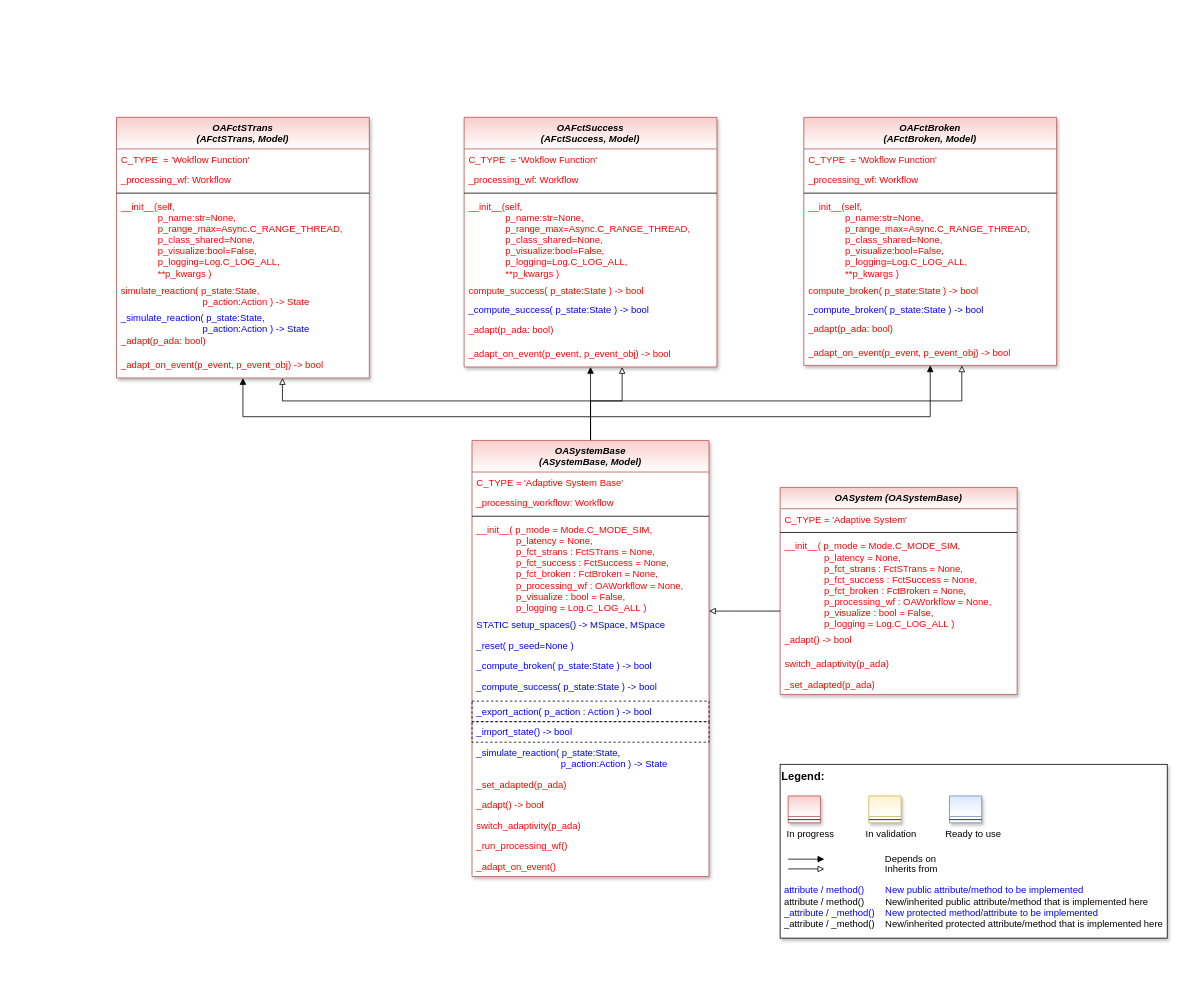
fhswf/MLPro keeps this draw.io diagram as doc/rtd/content/04_appendices/appendix2/sub/core/images/oa/MLPro-OA-Systems_OASystems.drawio. Above is the earlier version. Source tidied: cells renumbered, new cells numbered last; positions are measured from the earlier drawing's top-left corner, leaving out a move shared by most shapes. Both pictures are drawn from the tidied source at 79%, with x=0, y=0 at pixel (116, 117).
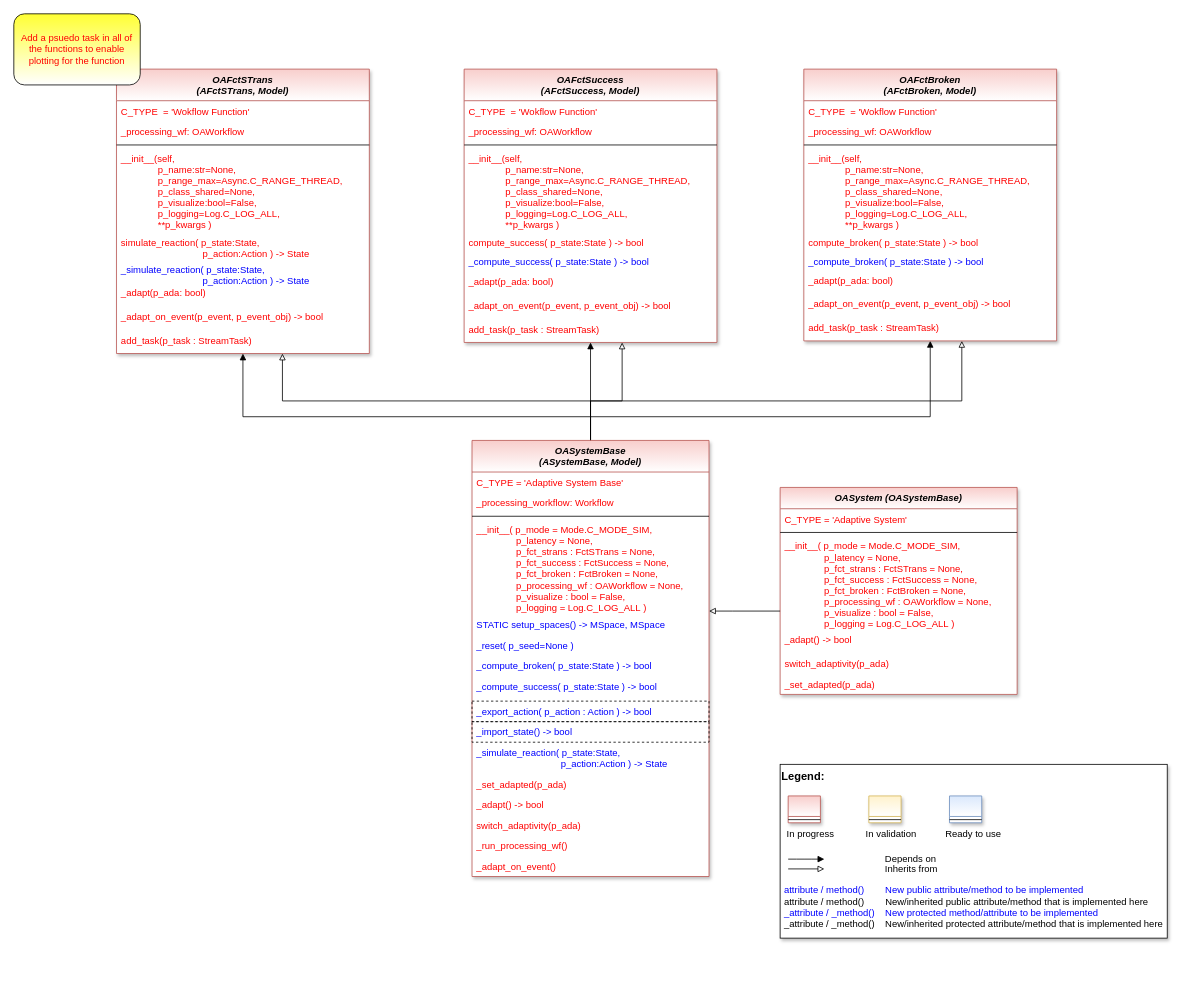
Above is the later version.

Commit message (it also covers changes not shown here):
adaptive systems, oa systems

What changed in the source:
```diff
@@
     <mxCell id="33" value="OAFctSTrans&#10;(AFctSTrans, Model)" style="swimlane;fontStyle=3;align=center;verticalAlign=top;horizontal=1;startSize=40;rounded=0;shadow=1;strokeWidth=1;fillColor=#f8cecc;strokeColor=#b85450;swimlaneFillColor=#ffffff;gradientColor=#FFFFFF;" parent="1" vertex="1">
-      <mxGeometry width="320" height="330" as="geometry" />
+      <mxGeometry y="-61" width="320" height="360" as="geometry" />
     </mxCell>
@@
-    <mxCell id="35" value="_processing_wf: Workflow" style="text;align=left;verticalAlign=top;spacingLeft=4;spacingRight=4;overflow=hidden;fontColor=#FF0000;" parent="33" vertex="1">
+    <mxCell id="35" value="_processing_wf: OAWorkflow" style="text;align=left;verticalAlign=top;spacingLeft=4;spacingRight=4;overflow=hidden;fontColor=#FF0000;" parent="33" vertex="1">
       <mxGeometry y="66" width="320" height="26" as="geometry" />
     </mxCell>
@@
+    <mxCell id="70" value="add_task(p_task : StreamTask)" style="text;align=left;verticalAlign=top;spacingLeft=4;spacingRight=4;overflow=hidden;fontColor=#FF0000;" parent="33" vertex="1">
+      <mxGeometry y="330" width="320" height="30" as="geometry" />
+    </mxCell>
     <mxCell id="42" value="OAFctSuccess&#10;(AFctSuccess, Model)" style="swimlane;fontStyle=3;align=center;verticalAlign=top;horizontal=1;startSize=40;rounded=0;shadow=1;strokeWidth=1;fillColor=#f8cecc;strokeColor=#b85450;swimlaneFillColor=#ffffff;gradientColor=#FFFFFF;" parent="1" vertex="1">
-      <mxGeometry x="440" width="320" height="316" as="geometry" />
+      <mxGeometry x="440" y="-61" width="320" height="346" as="geometry" />
     </mxCell>
@@
-    <mxCell id="44" value="_processing_wf: Workflow" style="text;align=left;verticalAlign=top;spacingLeft=4;spacingRight=4;overflow=hidden;fontColor=#FF0000;" parent="42" vertex="1">
+    <mxCell id="44" value="_processing_wf: OAWorkflow" style="text;align=left;verticalAlign=top;spacingLeft=4;spacingRight=4;overflow=hidden;fontColor=#FF0000;" parent="42" vertex="1">
       <mxGeometry y="66" width="320" height="26" as="geometry" />
     </mxCell>
@@
+    <mxCell id="71" value="add_task(p_task : StreamTask)" style="text;align=left;verticalAlign=top;spacingLeft=4;spacingRight=4;overflow=hidden;fontColor=#FF0000;" parent="42" vertex="1">
+      <mxGeometry y="316" width="320" height="30" as="geometry" />
+    </mxCell>
     <mxCell id="51" value="OAFctBroken&#10;(AFctBroken, Model)" style="swimlane;fontStyle=3;align=center;verticalAlign=top;horizontal=1;startSize=40;rounded=0;shadow=1;strokeWidth=1;fillColor=#f8cecc;strokeColor=#b85450;swimlaneFillColor=#ffffff;gradientColor=#FFFFFF;" parent="1" vertex="1">
-      <mxGeometry x="870" width="320" height="314" as="geometry" />
+      <mxGeometry x="870" y="-61" width="320" height="344" as="geometry" />
     </mxCell>
@@
-    <mxCell id="53" value="_processing_wf: Workflow" style="text;align=left;verticalAlign=top;spacingLeft=4;spacingRight=4;overflow=hidden;fontColor=#FF0000;" parent="51" vertex="1">
+    <mxCell id="53" value="_processing_wf: OAWorkflow" style="text;align=left;verticalAlign=top;spacingLeft=4;spacingRight=4;overflow=hidden;fontColor=#FF0000;" parent="51" vertex="1">
       <mxGeometry y="66" width="320" height="26" as="geometry" />
     </mxCell>
@@
+    <mxCell id="72" value="add_task(p_task : StreamTask)" style="text;align=left;verticalAlign=top;spacingLeft=4;spacingRight=4;overflow=hidden;fontColor=#FF0000;" parent="51" vertex="1">
+      <mxGeometry y="314" width="320" height="30" as="geometry" />
+    </mxCell>
@@
+    <mxCell id="73" value="Add a psuedo task in all of the functions to enable plotting for the function" style="rounded=1;whiteSpace=wrap;html=1;fontColor=#FF0000;gradientColor=#FFFFFF;fillColor=#FFFF33;" parent="1" vertex="1">
+      <mxGeometry x="-130" y="-131" width="160" height="90" as="geometry" />
+    </mxCell>
```
